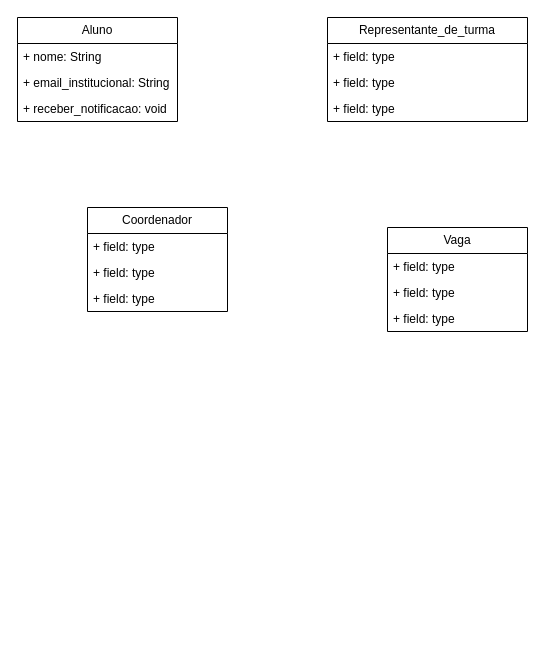
emilieny/padroes-de-projeto keeps this draw.io diagram as observer.drawio. Above is the earlier version. Source tidied: cells renumbered, new cells numbered last; positions are measured from the earlier drawing's top-left corner, leaving out a move shared by most shapes. Both pictures are drawn from the tidied source at 100%, with x=0, y=0 at pixel (17, 17).
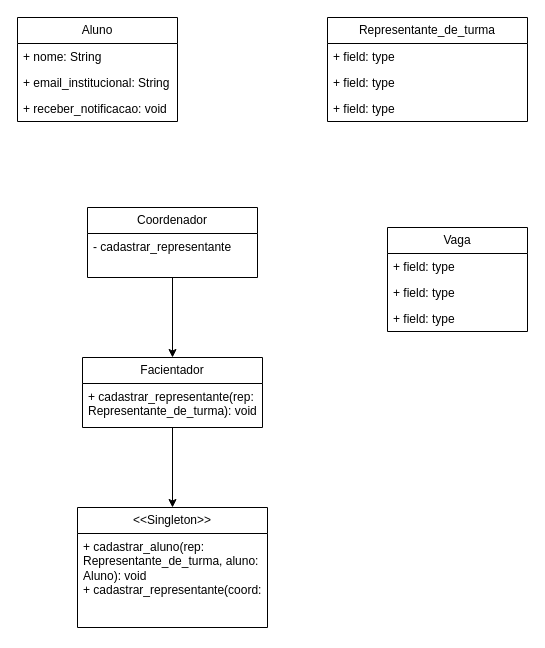
The same page after the edit.

Diff of the diagram source:
```diff
@@
+    <mxCell id="18" style="edgeStyle=orthogonalEdgeStyle;rounded=0;jettySize=auto;html=1;" parent="1" edge="1" source="10" target="20">
+      <mxGeometry relative="1" as="geometry" />
+    </mxCell>
     <mxCell id="10" value="Coordenador" style="swimlane;fontStyle=0;horizontal=1;startSize=26;fillColor=none;whiteSpace=wrap;html=1;" parent="1" vertex="1">
-      <mxGeometry x="70" y="190" width="140" height="104" as="geometry" />
+      <mxGeometry x="70" y="190" width="170" height="70" as="geometry" />
     </mxCell>
-    <mxCell id="11" value="+ field: type" style="text;strokeColor=none;fillColor=none;align=left;verticalAlign=top;spacingLeft=4;spacingRight=4;overflow=hidden;whiteSpace=wrap;html=1;" parent="10" vertex="1">
-      <mxGeometry y="26" width="140" height="26" as="geometry" />
+    <mxCell id="11" value="- cadastrar_representante" style="text;strokeColor=none;fillColor=none;align=left;verticalAlign=top;spacingLeft=4;spacingRight=4;overflow=hidden;whiteSpace=wrap;html=1;" parent="10" vertex="1">
+      <mxGeometry y="26" width="170" height="44" as="geometry" />
     </mxCell>
-    <mxCell id="12" value="+ field: type" style="text;strokeColor=none;fillColor=none;align=left;verticalAlign=top;spacingLeft=4;spacingRight=4;overflow=hidden;whiteSpace=wrap;html=1;" parent="10" vertex="1">
-      <mxGeometry y="52" width="140" height="26" as="geometry" />
-    </mxCell>
-    <mxCell id="13" value="+ field: type" style="text;strokeColor=none;fillColor=none;align=left;verticalAlign=top;spacingLeft=4;spacingRight=4;overflow=hidden;whiteSpace=wrap;html=1;" parent="10" vertex="1">
-      <mxGeometry y="78" width="140" height="26" as="geometry" />
-    </mxCell>
@@
+    <mxCell id="19" style="edgeStyle=orthogonalEdgeStyle;rounded=0;jettySize=auto;html=1;" parent="1" edge="1" source="20" target="22">
+      <mxGeometry relative="1" as="geometry" />
+    </mxCell>
+    <mxCell id="20" value="Facientador" style="swimlane;fontStyle=0;horizontal=1;startSize=26;fillColor=none;whiteSpace=wrap;html=1;" parent="1" vertex="1">
+      <mxGeometry x="65" y="340" width="180" height="70" as="geometry" />
+    </mxCell>
+    <mxCell id="21" value="+ cadastrar_representante(rep:&amp;nbsp;&lt;div&gt;Representante_de_turma): void&lt;/div&gt;" style="text;strokeColor=none;fillColor=none;align=left;verticalAlign=top;spacingLeft=4;spacingRight=4;overflow=hidden;whiteSpace=wrap;html=1;" parent="20" vertex="1">
+      <mxGeometry y="26" width="180" height="44" as="geometry" />
+    </mxCell>
+    <mxCell id="22" value="&amp;lt;&amp;lt;Singleton&amp;gt;&amp;gt;" style="swimlane;fontStyle=0;horizontal=1;startSize=26;fillColor=none;whiteSpace=wrap;html=1;" parent="1" vertex="1">
+      <mxGeometry x="60" y="490" width="190" height="120" as="geometry" />
+    </mxCell>
+    <mxCell id="23" value="+ cadastrar_aluno(rep:&amp;nbsp;&lt;div&gt;Representante_de_turma, aluno: Aluno): void&lt;/div&gt;&lt;div&gt;+ cadastrar_representante(coord:&lt;/div&gt;" style="text;strokeColor=none;fillColor=none;align=left;verticalAlign=top;spacingLeft=4;spacingRight=4;overflow=hidden;whiteSpace=wrap;html=1;" parent="22" vertex="1">
+      <mxGeometry y="26" width="190" height="94" as="geometry" />
+    </mxCell>
```
